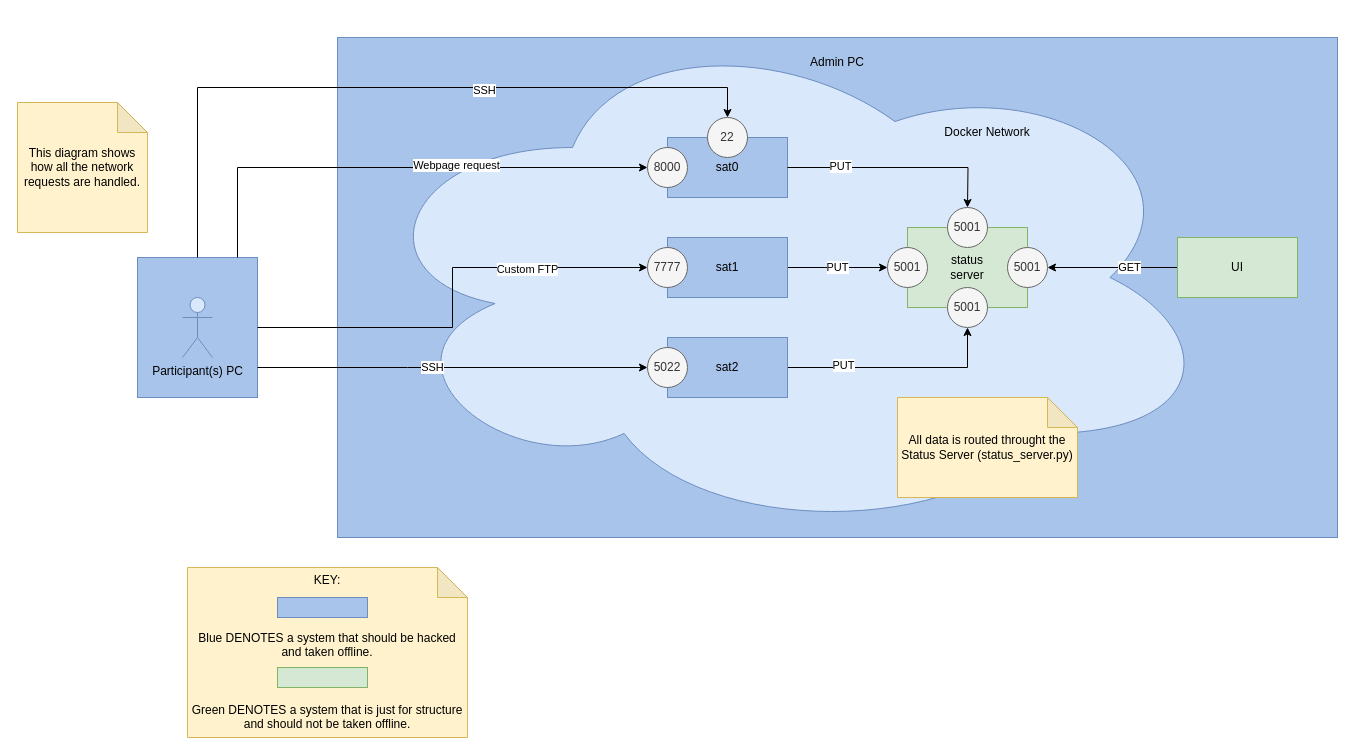
The draw.io diagram system_diagram.drawio in CyberTrainingExercise/Starcom, before the edit. Source tidied: cells renumbered, new cells numbered last; positions are measured from the earlier drawing's top-left corner, leaving out a move shared by most shapes. Both pictures are drawn from the tidied source at 100%, with x=0, y=0 at pixel (17, 17).
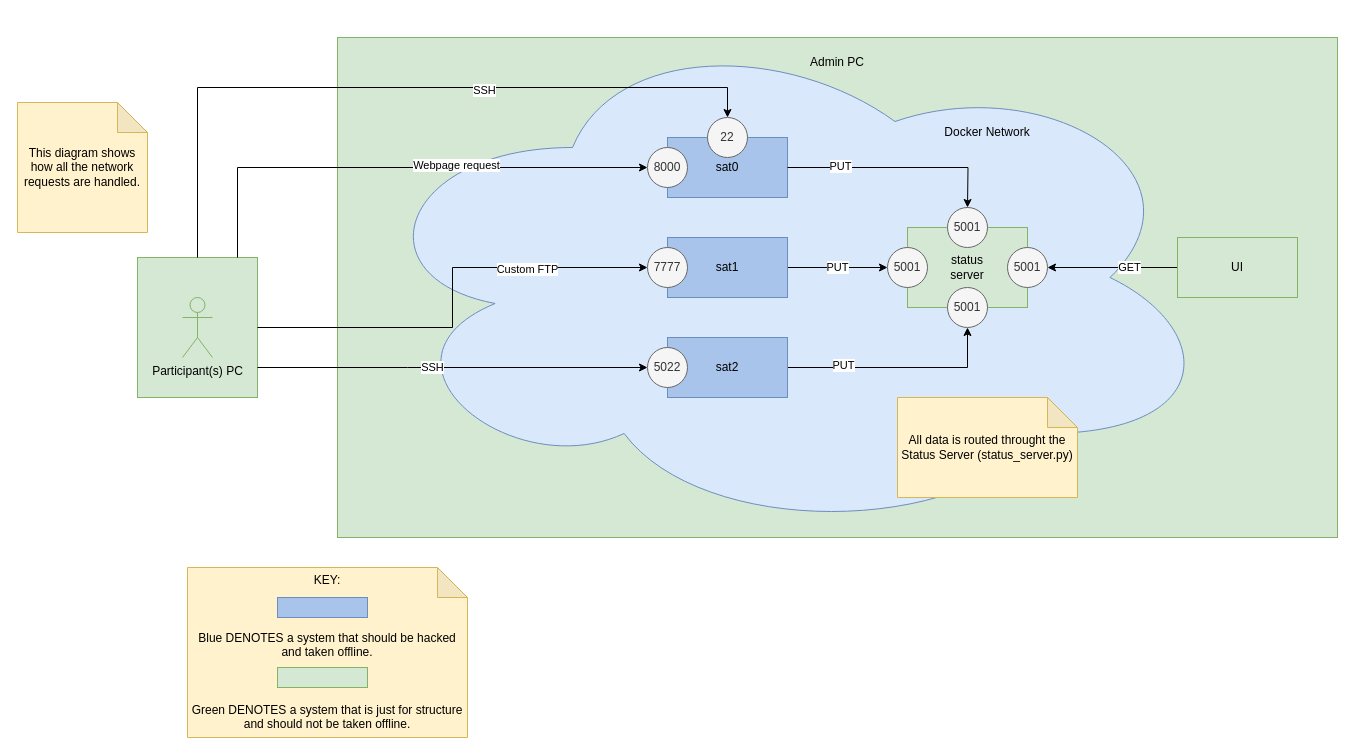
The same diagram, later.

Commit message (it also covers changes not shown here):
Update system diagram colors

Change to the diagram source:
```diff
@@
-    <mxCell id="2" style="rounded=0;whiteSpace=wrap;html=1;fillColor=#A9C4EB;strokeColor=#6C8EBF;" parent="1" vertex="1">
+    <mxCell id="2" style="rounded=0;whiteSpace=wrap;html=1;fillColor=#d5e8d4;strokeColor=#82b366;" parent="1" vertex="1">
       <mxGeometry x="320" y="20" width="1000" height="500" as="geometry" />
     </mxCell>
-    <mxCell id="3" style="rounded=0;whiteSpace=wrap;html=1;fillColor=#A9C4EB;strokeColor=#6C8EBF;" parent="1" vertex="1">
+    <mxCell id="3" style="rounded=0;whiteSpace=wrap;html=1;fillColor=#d5e8d4;strokeColor=#82b366;" parent="1" vertex="1">
       <mxGeometry x="120" y="240" width="120" height="140" as="geometry" />
     </mxCell>
@@
-    <mxCell id="29" value="Participant(s) PC" style="shape=umlActor;verticalLabelPosition=bottom;verticalAlign=top;html=1;fillColor=#dae8fc;strokeColor=#6c8ebf;" parent="1" vertex="1">
+    <mxCell id="29" value="Participant(s) PC" style="shape=umlActor;verticalLabelPosition=bottom;verticalAlign=top;html=1;fillColor=#d5e8d4;strokeColor=#82b366;" parent="1" vertex="1">
       <mxGeometry x="165" y="280" width="30" height="60" as="geometry" />
     </mxCell>
```
